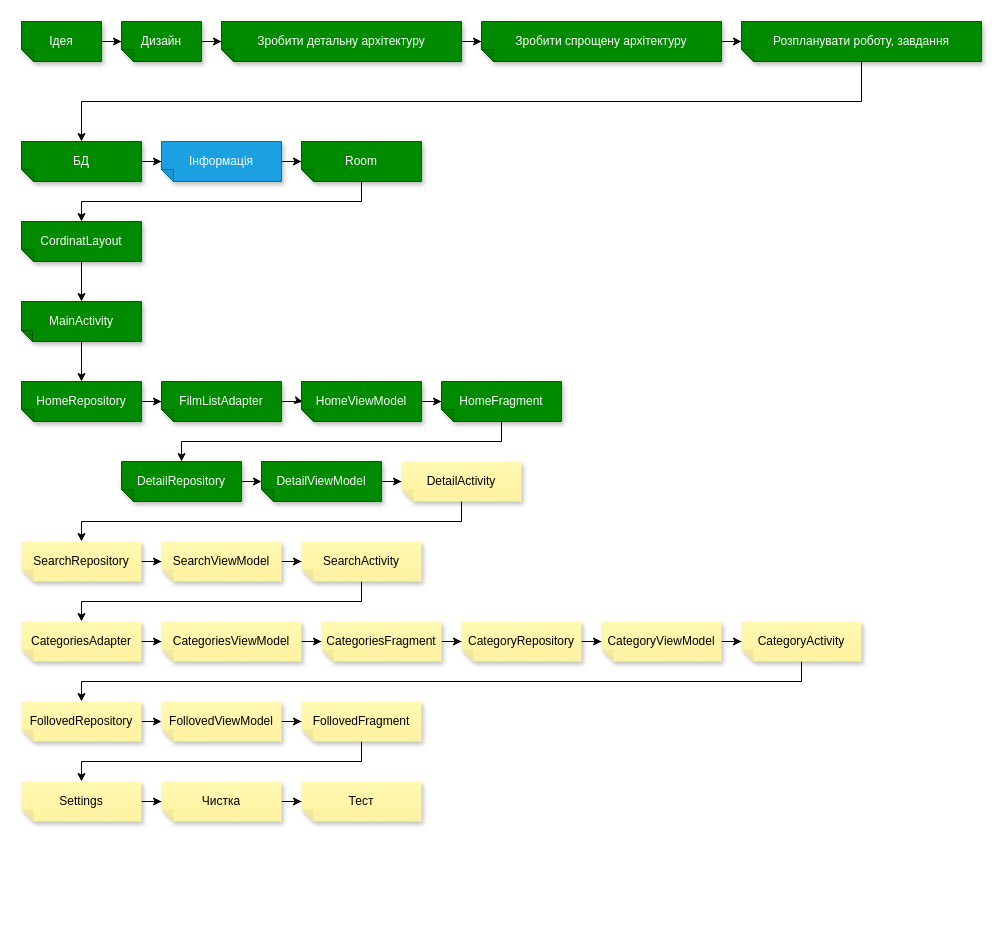
SviatKuzbyt/MoviesReview keeps this draw.io diagram as page "Завдання" (2 of 2) of files for project/MoviesReview.drawio. Above is the earlier version. Source tidied: cells renumbered, new cells numbered last; positions are measured from the earlier drawing's top-left corner, leaving out a move shared by most shapes. Both pictures are drawn from the tidied source at 100%, with x=0, y=0 at pixel (21, 21).
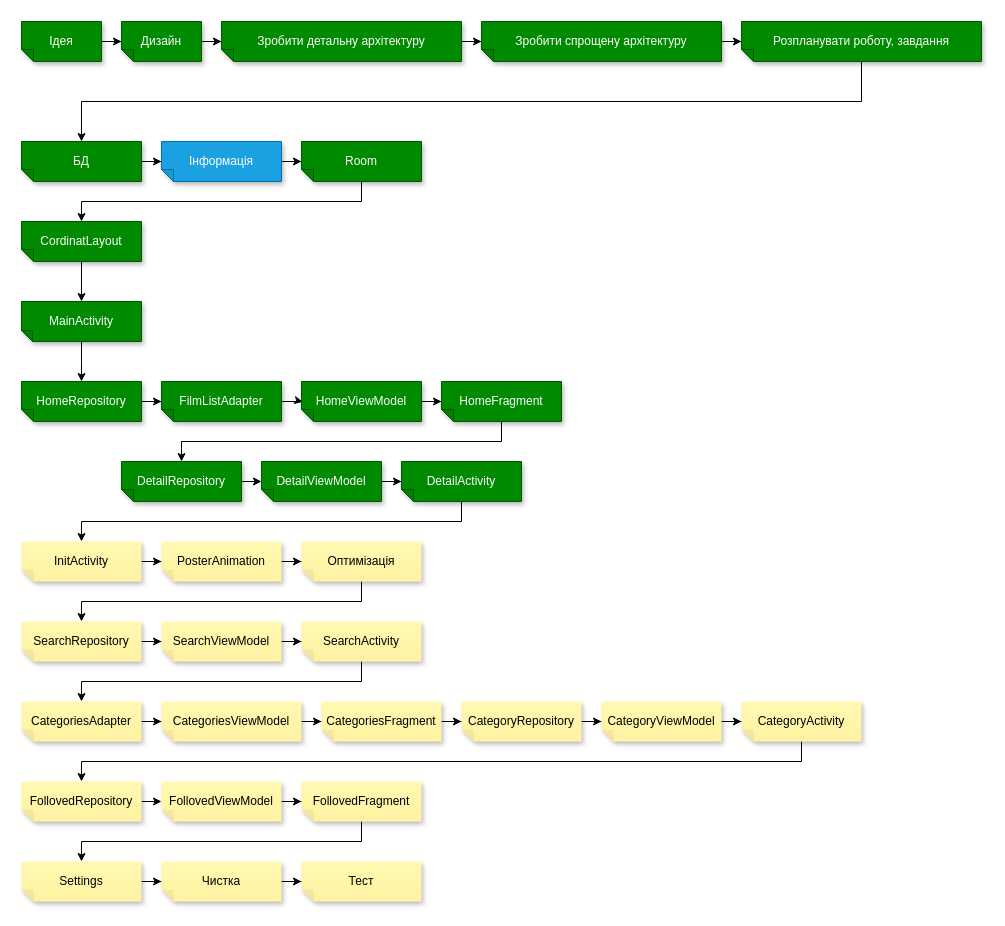
The same page after the edit.

The edit, as a diff of the source:
```diff
@@
-    <mxCell id="30" style="edgeStyle=orthogonalEdgeStyle;rounded=0;jettySize=auto;html=1;" parent="1" edge="1" source="31" target="45">
-      <mxGeometry relative="1" as="geometry">
-        <Array as="points">
-          <mxPoint x="440" y="500" />
-          <mxPoint x="60" y="500" />
-        </Array>
-      </mxGeometry>
-    </mxCell>
+    <mxCell id="65" style="edgeStyle=orthogonalEdgeStyle;rounded=0;jettySize=auto;html=1;entryX=0.5;entryY=1;entryDx=0;entryDy=0;entryPerimeter=0;" parent="1" edge="1" source="31" target="67">
+      <mxGeometry relative="1" as="geometry">
+        <Array as="points">
+          <mxPoint x="440" y="500" />
+          <mxPoint x="60" y="500" />
+        </Array>
+      </mxGeometry>
+    </mxCell>
-    <mxCell id="31" value="DetailActivity" style="shape=note;whiteSpace=wrap;html=1;backgroundOutline=1;fontColor=#000000;darkOpacity=0.05;fillColor=#FFF9B2;strokeColor=none;fillStyle=solid;direction=west;gradientDirection=north;gradientColor=#FFF2A1;shadow=1;size=12;" parent="1" vertex="1">
+    <mxCell id="31" value="DetailActivity" style="shape=note;whiteSpace=wrap;html=1;backgroundOutline=1;fontColor=#ffffff;darkOpacity=0.05;fillColor=#008a00;strokeColor=#005700;fillStyle=solid;direction=west;gradientDirection=north;shadow=1;size=12;" parent="1" vertex="1">
       <mxGeometry x="380" y="440" width="120" height="40" as="geometry" />
     </mxCell>
@@
     <mxCell id="33" value="CategoriesAdapter" style="shape=note;whiteSpace=wrap;html=1;backgroundOutline=1;fontColor=#000000;darkOpacity=0.05;fillColor=#FFF9B2;strokeColor=none;fillStyle=solid;direction=west;gradientDirection=north;gradientColor=#FFF2A1;shadow=1;size=12;" parent="1" vertex="1">
-      <mxGeometry y="600" width="120" height="40" as="geometry" />
+      <mxGeometry y="680" width="120" height="40" as="geometry" />
     </mxCell>
@@
     <mxCell id="35" value="CategoriesViewModel" style="shape=note;whiteSpace=wrap;html=1;backgroundOutline=1;fontColor=#000000;darkOpacity=0.05;fillColor=#FFF9B2;strokeColor=none;fillStyle=solid;direction=west;gradientDirection=north;gradientColor=#FFF2A1;shadow=1;size=12;" parent="1" vertex="1">
-      <mxGeometry x="140" y="600" width="140" height="40" as="geometry" />
+      <mxGeometry x="140" y="680" width="140" height="40" as="geometry" />
     </mxCell>
@@
     <mxCell id="37" value="CategoriesFragment" style="shape=note;whiteSpace=wrap;html=1;backgroundOutline=1;fontColor=#000000;darkOpacity=0.05;fillColor=#FFF9B2;strokeColor=none;fillStyle=solid;direction=west;gradientDirection=north;gradientColor=#FFF2A1;shadow=1;size=12;" parent="1" vertex="1">
-      <mxGeometry x="300" y="600" width="120" height="40" as="geometry" />
+      <mxGeometry x="300" y="680" width="120" height="40" as="geometry" />
     </mxCell>
@@
     <mxCell id="39" value="CategoryRepository" style="shape=note;whiteSpace=wrap;html=1;backgroundOutline=1;fontColor=#000000;darkOpacity=0.05;fillColor=#FFF9B2;strokeColor=none;fillStyle=solid;direction=west;gradientDirection=north;gradientColor=#FFF2A1;shadow=1;size=12;" parent="1" vertex="1">
-      <mxGeometry x="440" y="600" width="120" height="40" as="geometry" />
+      <mxGeometry x="440" y="680" width="120" height="40" as="geometry" />
     </mxCell>
@@
     <mxCell id="41" value="CategoryViewModel" style="shape=note;whiteSpace=wrap;html=1;backgroundOutline=1;fontColor=#000000;darkOpacity=0.05;fillColor=#FFF9B2;strokeColor=none;fillStyle=solid;direction=west;gradientDirection=north;gradientColor=#FFF2A1;shadow=1;size=12;" parent="1" vertex="1">
-      <mxGeometry x="580" y="600" width="120" height="40" as="geometry" />
+      <mxGeometry x="580" y="680" width="120" height="40" as="geometry" />
     </mxCell>
     <mxCell id="42" style="edgeStyle=orthogonalEdgeStyle;rounded=0;jettySize=auto;html=1;entryX=0.5;entryY=1;entryDx=0;entryDy=0;entryPerimeter=0;" parent="1" edge="1" source="43" target="51">
       <mxGeometry relative="1" as="geometry">
         <Array as="points">
-          <mxPoint x="780" y="660" />
-          <mxPoint x="60" y="660" />
+          <mxPoint x="780" y="740" />
+          <mxPoint x="60" y="740" />
         </Array>
       </mxGeometry>
     </mxCell>
     <mxCell id="43" value="CategoryActivity" style="shape=note;whiteSpace=wrap;html=1;backgroundOutline=1;fontColor=#000000;darkOpacity=0.05;fillColor=#FFF9B2;strokeColor=none;fillStyle=solid;direction=west;gradientDirection=north;gradientColor=#FFF2A1;shadow=1;size=12;" parent="1" vertex="1">
-      <mxGeometry x="720" y="600" width="120" height="40" as="geometry" />
+      <mxGeometry x="720" y="680" width="120" height="40" as="geometry" />
     </mxCell>
@@
     <mxCell id="45" value="SearchRepository" style="shape=note;whiteSpace=wrap;html=1;backgroundOutline=1;fontColor=#000000;darkOpacity=0.05;fillColor=#FFF9B2;strokeColor=none;fillStyle=solid;direction=west;gradientDirection=north;gradientColor=#FFF2A1;shadow=1;size=12;" parent="1" vertex="1">
-      <mxGeometry y="520" width="120" height="40" as="geometry" />
+      <mxGeometry y="600" width="120" height="40" as="geometry" />
     </mxCell>
@@
     <mxCell id="47" value="SearchViewModel" style="shape=note;whiteSpace=wrap;html=1;backgroundOutline=1;fontColor=#000000;darkOpacity=0.05;fillColor=#FFF9B2;strokeColor=none;fillStyle=solid;direction=west;gradientDirection=north;gradientColor=#FFF2A1;shadow=1;size=12;" parent="1" vertex="1">
-      <mxGeometry x="140" y="520" width="120" height="40" as="geometry" />
+      <mxGeometry x="140" y="600" width="120" height="40" as="geometry" />
     </mxCell>
     <mxCell id="48" style="edgeStyle=orthogonalEdgeStyle;rounded=0;jettySize=auto;html=1;" parent="1" edge="1" source="49" target="33">
       <mxGeometry relative="1" as="geometry">
         <Array as="points">
-          <mxPoint x="340" y="580" />
-          <mxPoint x="60" y="580" />
+          <mxPoint x="340" y="660" />
+          <mxPoint x="60" y="660" />
         </Array>
       </mxGeometry>
     </mxCell>
     <mxCell id="49" value="SearchActivity" style="shape=note;whiteSpace=wrap;html=1;backgroundOutline=1;fontColor=#000000;darkOpacity=0.05;fillColor=#FFF9B2;strokeColor=none;fillStyle=solid;direction=west;gradientDirection=north;gradientColor=#FFF2A1;shadow=1;size=12;" parent="1" vertex="1">
-      <mxGeometry x="280" y="520" width="120" height="40" as="geometry" />
+      <mxGeometry x="280" y="600" width="120" height="40" as="geometry" />
     </mxCell>
@@
     <mxCell id="51" value="FollovedRepository" style="shape=note;whiteSpace=wrap;html=1;backgroundOutline=1;fontColor=#000000;darkOpacity=0.05;fillColor=#FFF9B2;strokeColor=none;fillStyle=solid;direction=west;gradientDirection=north;gradientColor=#FFF2A1;shadow=1;size=12;" parent="1" vertex="1">
-      <mxGeometry y="680" width="120" height="40" as="geometry" />
+      <mxGeometry y="760" width="120" height="40" as="geometry" />
     </mxCell>
@@
     <mxCell id="53" value="FollovedViewModel" style="shape=note;whiteSpace=wrap;html=1;backgroundOutline=1;fontColor=#000000;darkOpacity=0.05;fillColor=#FFF9B2;strokeColor=none;fillStyle=solid;direction=west;gradientDirection=north;gradientColor=#FFF2A1;shadow=1;size=12;" parent="1" vertex="1">
-      <mxGeometry x="140" y="680" width="120" height="40" as="geometry" />
+      <mxGeometry x="140" y="760" width="120" height="40" as="geometry" />
     </mxCell>
     <mxCell id="54" style="edgeStyle=orthogonalEdgeStyle;rounded=0;jettySize=auto;html=1;" parent="1" edge="1" source="55" target="57">
       <mxGeometry relative="1" as="geometry">
         <Array as="points">
-          <mxPoint x="340" y="740" />
-          <mxPoint x="60" y="740" />
+          <mxPoint x="340" y="820" />
+          <mxPoint x="60" y="820" />
         </Array>
       </mxGeometry>
     </mxCell>
     <mxCell id="55" value="FollovedFragment" style="shape=note;whiteSpace=wrap;html=1;backgroundOutline=1;fontColor=#000000;darkOpacity=0.05;fillColor=#FFF9B2;strokeColor=none;fillStyle=solid;direction=west;gradientDirection=north;gradientColor=#FFF2A1;shadow=1;size=12;" parent="1" vertex="1">
-      <mxGeometry x="280" y="680" width="120" height="40" as="geometry" />
+      <mxGeometry x="280" y="760" width="120" height="40" as="geometry" />
     </mxCell>
@@
     <mxCell id="57" value="Settings" style="shape=note;whiteSpace=wrap;html=1;backgroundOutline=1;fontColor=#000000;darkOpacity=0.05;fillColor=#FFF9B2;strokeColor=none;fillStyle=solid;direction=west;gradientDirection=north;gradientColor=#FFF2A1;shadow=1;size=12;" parent="1" vertex="1">
-      <mxGeometry y="760" width="120" height="40" as="geometry" />
+      <mxGeometry y="840" width="120" height="40" as="geometry" />
     </mxCell>
@@
     <mxCell id="59" value="Чистка" style="shape=note;whiteSpace=wrap;html=1;backgroundOutline=1;fontColor=#000000;darkOpacity=0.05;fillColor=#FFF9B2;strokeColor=none;fillStyle=solid;direction=west;gradientDirection=north;gradientColor=#FFF2A1;shadow=1;size=12;" parent="1" vertex="1">
-      <mxGeometry x="140" y="760" width="120" height="40" as="geometry" />
+      <mxGeometry x="140" y="840" width="120" height="40" as="geometry" />
     </mxCell>
     <mxCell id="60" value="Тест" style="shape=note;whiteSpace=wrap;html=1;backgroundOutline=1;fontColor=#000000;darkOpacity=0.05;fillColor=#FFF9B2;strokeColor=none;fillStyle=solid;direction=west;gradientDirection=north;gradientColor=#FFF2A1;shadow=1;size=12;" parent="1" vertex="1">
-      <mxGeometry x="280" y="760" width="120" height="40" as="geometry" />
+      <mxGeometry x="280" y="840" width="120" height="40" as="geometry" />
     </mxCell>
@@
+    <mxCell id="66" style="edgeStyle=orthogonalEdgeStyle;rounded=0;jettySize=auto;html=1;" parent="1" edge="1" source="67" target="69">
+      <mxGeometry relative="1" as="geometry" />
+    </mxCell>
+    <mxCell id="67" value="InitActivity" style="shape=note;whiteSpace=wrap;html=1;backgroundOutline=1;fontColor=#000000;darkOpacity=0.05;fillColor=#FFF9B2;strokeColor=none;fillStyle=solid;direction=west;gradientDirection=north;gradientColor=#FFF2A1;shadow=1;size=12;" parent="1" vertex="1">
+      <mxGeometry y="520" width="120" height="40" as="geometry" />
+    </mxCell>
+    <mxCell id="68" style="edgeStyle=orthogonalEdgeStyle;rounded=0;jettySize=auto;html=1;" parent="1" edge="1" source="69" target="71">
+      <mxGeometry relative="1" as="geometry" />
+    </mxCell>
+    <mxCell id="69" value="PosterAnimation" style="shape=note;whiteSpace=wrap;html=1;backgroundOutline=1;fontColor=#000000;darkOpacity=0.05;fillColor=#FFF9B2;strokeColor=none;fillStyle=solid;direction=west;gradientDirection=north;gradientColor=#FFF2A1;shadow=1;size=12;" parent="1" vertex="1">
+      <mxGeometry x="140" y="520" width="120" height="40" as="geometry" />
+    </mxCell>
+    <mxCell id="70" style="edgeStyle=orthogonalEdgeStyle;rounded=0;jettySize=auto;html=1;entryX=0.5;entryY=1;entryDx=0;entryDy=0;entryPerimeter=0;" parent="1" edge="1" source="71" target="45">
+      <mxGeometry relative="1" as="geometry">
+        <Array as="points">
+          <mxPoint x="340" y="580" />
+          <mxPoint x="60" y="580" />
+        </Array>
+      </mxGeometry>
+    </mxCell>
+    <mxCell id="71" value="Оптимізація" style="shape=note;whiteSpace=wrap;html=1;backgroundOutline=1;fontColor=#000000;darkOpacity=0.05;fillColor=#FFF9B2;strokeColor=none;fillStyle=solid;direction=west;gradientDirection=north;gradientColor=#FFF2A1;shadow=1;size=12;" parent="1" vertex="1">
+      <mxGeometry x="280" y="520" width="120" height="40" as="geometry" />
+    </mxCell>
```
